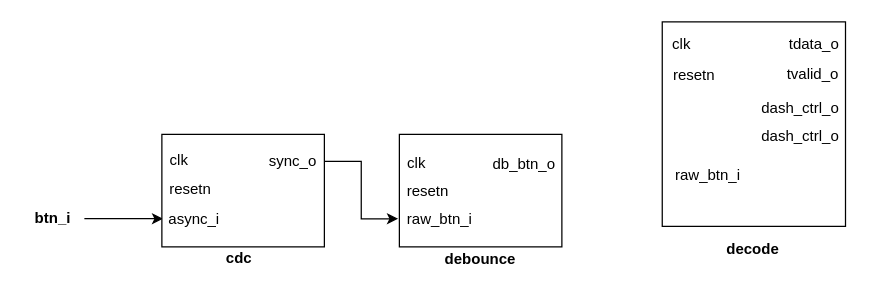
The draw.io diagram docs/morse_decorder.drawio in WongFoo001/morse_decoder, before the edit. Source tidied: cells renumbered, new cells numbered last; positions are measured from the earlier drawing's top-left corner, leaving out a move shared by most shapes. Both pictures are drawn from the tidied source at 125%, with x=0, y=0 at pixel (21, 21).
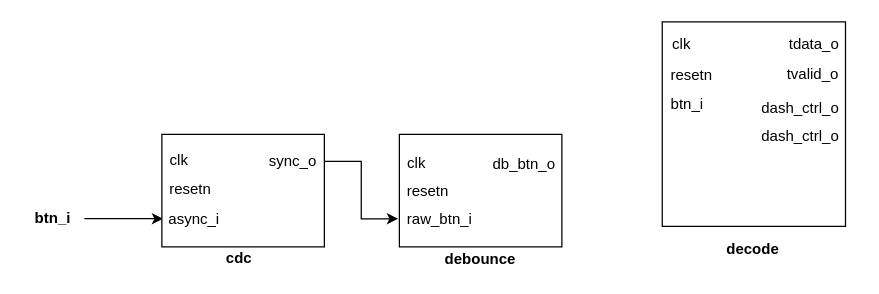
The same page after the edit.

The edit, as a diff of the source:
```diff
@@
     <mxCell id="21" value="resetn" style="text;html=1;align=center;verticalAlign=middle;whiteSpace=wrap;rounded=0;" parent="1" vertex="1">
-      <mxGeometry x="510" y="29.1" width="56.4" height="27.3" as="geometry" />
+      <mxGeometry x="508" y="29.1" width="56.4" height="27.3" as="geometry" />
     </mxCell>
-    <mxCell id="22" value="raw_btn_i" style="text;html=1;align=center;verticalAlign=middle;whiteSpace=wrap;rounded=0;" parent="1" vertex="1">
-      <mxGeometry x="511.1" y="105.5" width="75.6" height="34.5" as="geometry" />
+    <mxCell id="22" value="btn_i" style="text;html=1;align=center;verticalAlign=middle;whiteSpace=wrap;rounded=0;" parent="1" vertex="1">
+      <mxGeometry x="502" y="48.4" width="61.4" height="34.5" as="geometry" />
     </mxCell>
```
